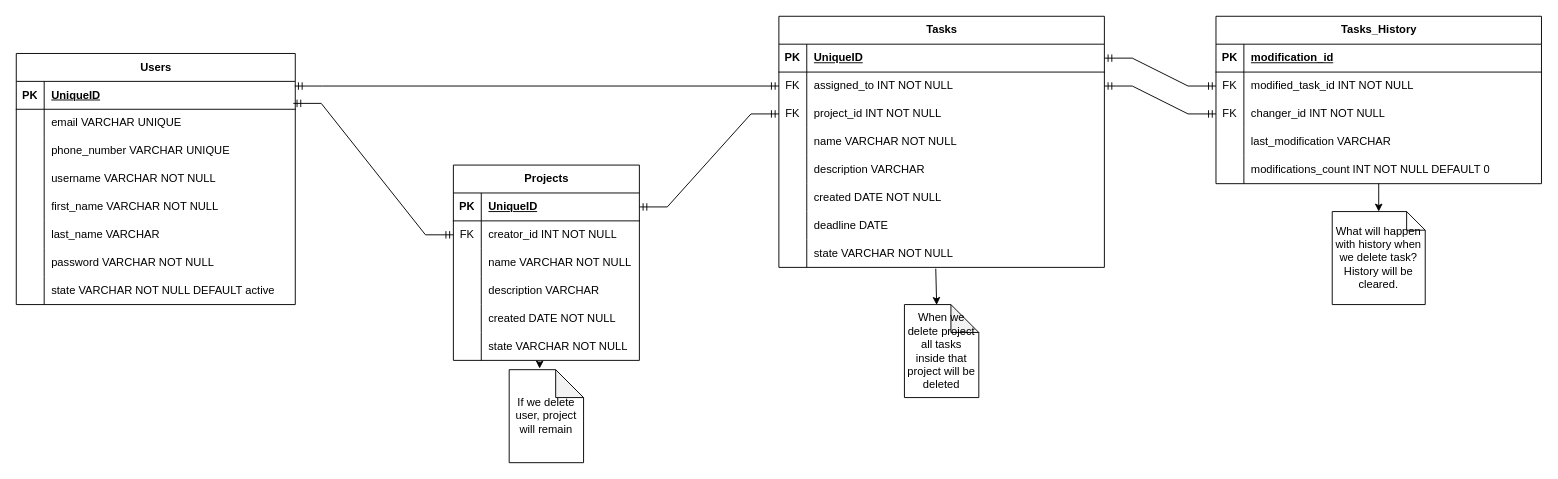
The draw.io diagram ERD.drawio in Aram-TA/test_app, before the edit. Source tidied: cells renumbered, new cells numbered last; positions are measured from the earlier drawing's top-left corner, leaving out a move shared by most shapes. Both pictures are drawn from the tidied source at 93%, with x=0, y=0 at pixel (16, 16).
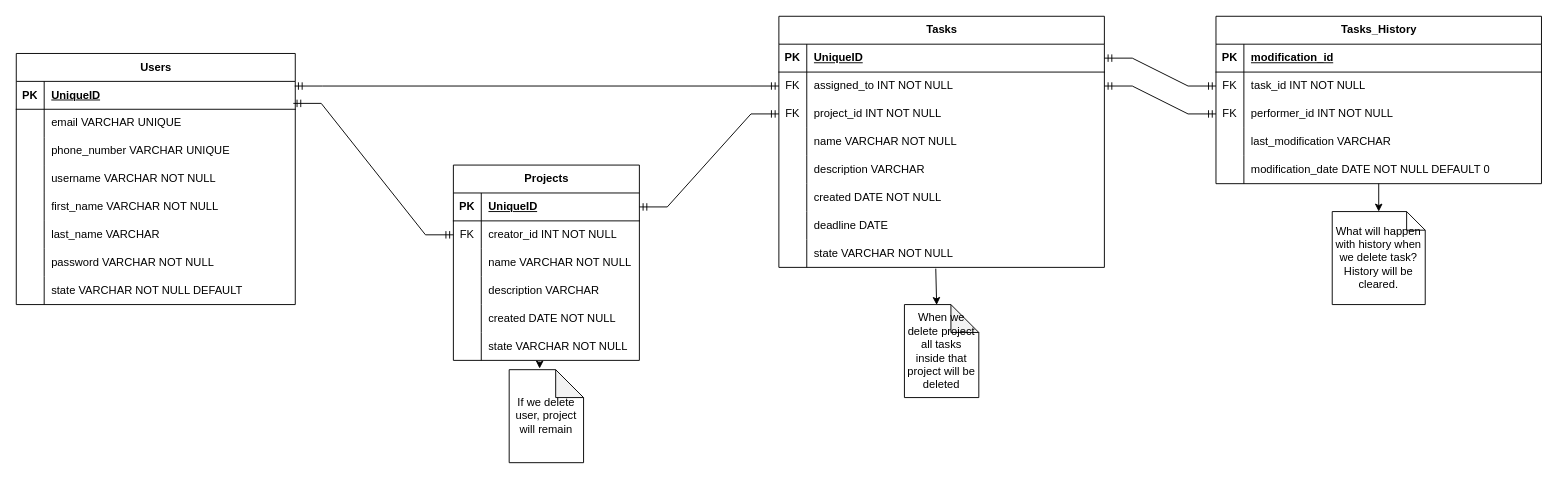
Above is the later version.

Unchanged cells that the change refers to:
```xml
<mxCell id="24" style="shape=tableRow;horizontal=0;startSize=0;swimlaneHead=0;swimlaneBody=0;fillColor=none;top=0;left=0;right=0;bottom=0;" parent="2" vertex="1">
  <mxGeometry y="240" width="300" height="30" as="geometry" />
</mxCell>
<mxCell id="78" style="shape=tableRow;horizontal=0;startSize=0;swimlaneHead=0;swimlaneBody=0;fillColor=none;points=[[0,0.5],[1,0.5]];portConstraint=eastwest;top=0;left=0;right=0;bottom=0;" parent="74" vertex="1">
  <mxGeometry y="60" width="350" height="30" as="geometry" />
</mxCell>
<mxCell id="81" style="shape=tableRow;horizontal=0;startSize=0;swimlaneHead=0;swimlaneBody=0;fillColor=none;points=[[0,0.5],[1,0.5]];portConstraint=eastwest;top=0;left=0;right=0;bottom=0;" parent="74" vertex="1">
  <mxGeometry y="90" width="350" height="30" as="geometry" />
</mxCell>
<mxCell id="87" style="shape=tableRow;horizontal=0;startSize=0;swimlaneHead=0;swimlaneBody=0;fillColor=none;points=[[0,0.5],[1,0.5]];portConstraint=eastwest;top=0;left=0;right=0;bottom=0;" parent="74" vertex="1">
  <mxGeometry y="150" width="350" height="30" as="geometry" />
</mxCell>
```

What changed in the source:
```diff
@@
-    <mxCell id="26" value="state VARCHAR NOT NULL DEFAULT active" style="shape=partialRectangle;fillColor=none;top=0;left=0;bottom=0;right=0;align=left;spacingLeft=6;overflow=hidden;whiteSpace=wrap;html=1;" parent="24" vertex="1">
+    <mxCell id="26" value="state VARCHAR NOT NULL DEFAULT" style="shape=partialRectangle;fillColor=none;top=0;left=0;bottom=0;right=0;align=left;spacingLeft=6;overflow=hidden;whiteSpace=wrap;html=1;" parent="24" vertex="1">
       <mxGeometry x="30" width="270" height="30" as="geometry" />
     </mxCell>
@@
-    <mxCell id="80" value="modified_task_id INT NOT NULL" style="shape=partialRectangle;fillColor=none;top=0;left=0;bottom=0;right=0;align=left;spacingLeft=6;overflow=hidden;whiteSpace=wrap;html=1;" parent="78" vertex="1">
+    <mxCell id="80" value="task_id INT NOT NULL" style="shape=partialRectangle;fillColor=none;top=0;left=0;bottom=0;right=0;align=left;spacingLeft=6;overflow=hidden;whiteSpace=wrap;html=1;" parent="78" vertex="1">
       <mxGeometry x="30" width="320" height="30" as="geometry" />
     </mxCell>
@@
-    <mxCell id="83" value="changer_id INT NOT NULL" style="shape=partialRectangle;fillColor=none;top=0;left=0;bottom=0;right=0;align=left;spacingLeft=6;overflow=hidden;whiteSpace=wrap;html=1;" parent="81" vertex="1">
+    <mxCell id="83" value="performer_id INT NOT NULL" style="shape=partialRectangle;fillColor=none;top=0;left=0;bottom=0;right=0;align=left;spacingLeft=6;overflow=hidden;whiteSpace=wrap;html=1;" parent="81" vertex="1">
       <mxGeometry x="30" width="320" height="30" as="geometry" />
     </mxCell>
@@
-    <mxCell id="89" value="modifications_count INT NOT NULL DEFAULT 0" style="shape=partialRectangle;fillColor=none;top=0;left=0;bottom=0;right=0;align=left;spacingLeft=6;overflow=hidden;whiteSpace=wrap;html=1;" parent="87" vertex="1">
+    <mxCell id="89" value="modification_date DATE NOT NULL DEFAULT 0" style="shape=partialRectangle;fillColor=none;top=0;left=0;bottom=0;right=0;align=left;spacingLeft=6;overflow=hidden;whiteSpace=wrap;html=1;" parent="87" vertex="1">
       <mxGeometry x="30" width="320" height="30" as="geometry" />
     </mxCell>
```
